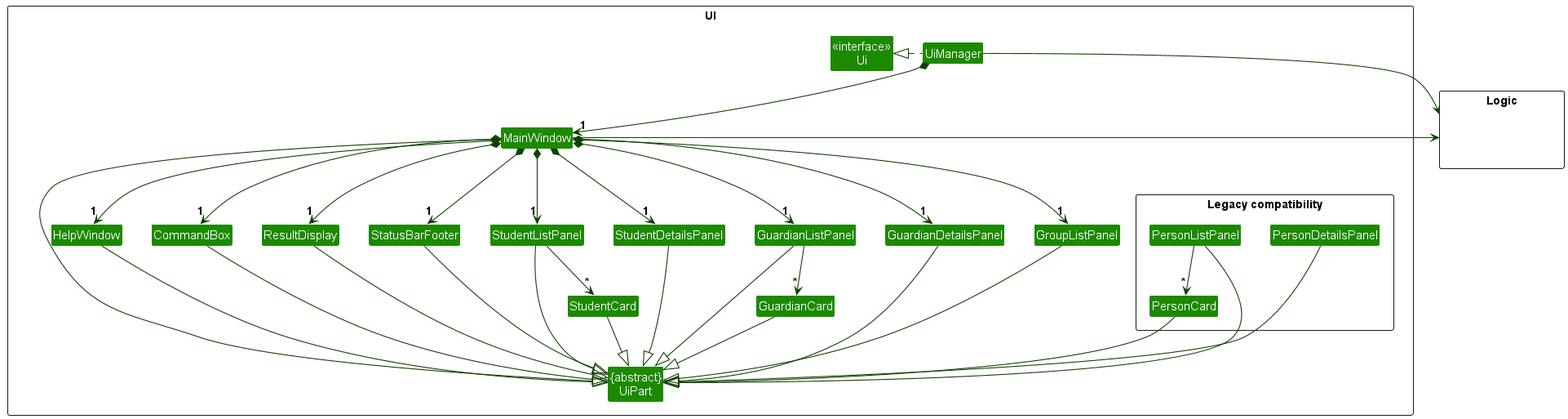
Above: docs/images/UiClassDiagram.png in AY2627S1-CS2103T-T10-4/tp (PlantUML), before the change.
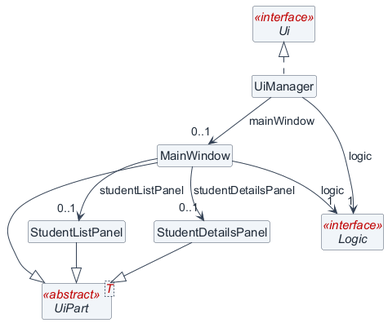
After the change.

Diff of the diagram source:
```diff
@@ -1,71 +1,20 @@
 @startuml
-!include style.puml
-skinparam arrowThickness 1.1
-skinparam arrowColor UI_COLOR_T4
-skinparam classBackgroundColor UI_COLOR
+!include mentora-style.puml
+interface Ui <<interface>>
+class UiManager
+class MainWindow
+abstract class UiPart<T> <<abstract>>
+class StudentListPanel
+class StudentDetailsPanel
+interface Logic <<interface>>
 
-package UI <<Rectangle>> {
-Class "<<interface>>\nUi" as Ui
-Class "{abstract}\nUiPart" as UiPart
-Class UiManager
-Class MainWindow
-Class HelpWindow
-Class CommandBox
-Class ResultDisplay
-Class StatusBarFooter
-Class StudentListPanel
-Class StudentDetailsPanel
-Class StudentCard
-Class GuardianListPanel
-Class GuardianDetailsPanel
-Class GuardianCard
-Class GroupListPanel
-
-package "Legacy compatibility" <<Rectangle>> {
-Class PersonListPanel
-Class PersonDetailsPanel
-Class PersonCard
-}
-}
-
-package Logic <<Rectangle>> {
-Class HiddenLogic #FFFFFF
-}
-
-UiManager .left.|> Ui
-UiManager *-down-> "1" MainWindow
-UiManager -right-> Logic
-
-MainWindow -left-|> UiPart
-MainWindow -left-> Logic
-MainWindow *-down-> "1" HelpWindow
-MainWindow *-down-> "1" CommandBox
-MainWindow *-down-> "1" ResultDisplay
-MainWindow *-down-> "1" StatusBarFooter
-MainWindow *-down-> "1" StudentListPanel
-MainWindow *-down-> "1" StudentDetailsPanel
-MainWindow *-down-> "1" GuardianListPanel
-MainWindow *-down-> "1" GuardianDetailsPanel
-MainWindow *-down-> "1" GroupListPanel
-
-HelpWindow --|> UiPart
-CommandBox --|> UiPart
-ResultDisplay --|> UiPart
-StatusBarFooter --|> UiPart
+UiManager .up.|> Ui
+UiManager --> "0..1" MainWindow : mainWindow
+UiManager --> "1" Logic : logic
+MainWindow --> "1" Logic : logic
+MainWindow --|> UiPart
+MainWindow --> "0..1" StudentListPanel : studentListPanel
+MainWindow --> "0..1" StudentDetailsPanel : studentDetailsPanel
 StudentListPanel --|> UiPart
 StudentDetailsPanel --|> UiPart
-StudentCard --|> UiPart
-GuardianListPanel --|> UiPart
-GuardianDetailsPanel --|> UiPart
-GuardianCard --|> UiPart
-GroupListPanel --|> UiPart
-PersonListPanel --|> UiPart
-PersonDetailsPanel --|> UiPart
-PersonCard --|> UiPart
-
-StudentListPanel -down-> "*" StudentCard
-GuardianListPanel -down-> "*" GuardianCard
-PersonListPanel -down-> "*" PersonCard
-
-MainWindow -[hidden]-|> UiPart
 @enduml
```
